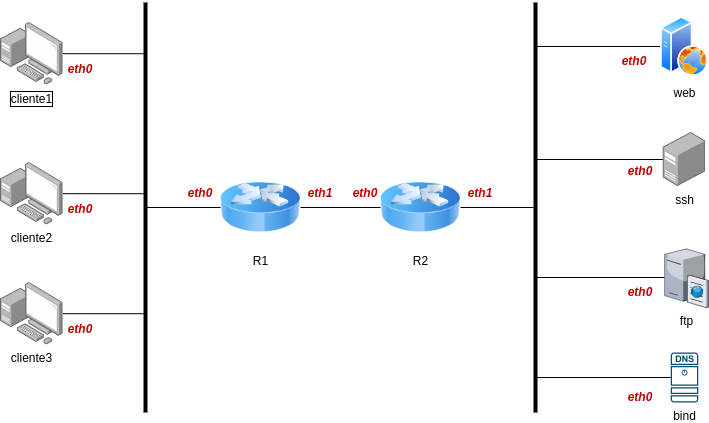
Earlier version of the draw.io export lab-inf534/diagrama.drawio.png (sidneypio/NetLabDocker). Source tidied: cells renumbered, new cells last; positions are measured from the earlier drawing's top-left corner, leaving out a move shared by most shapes.
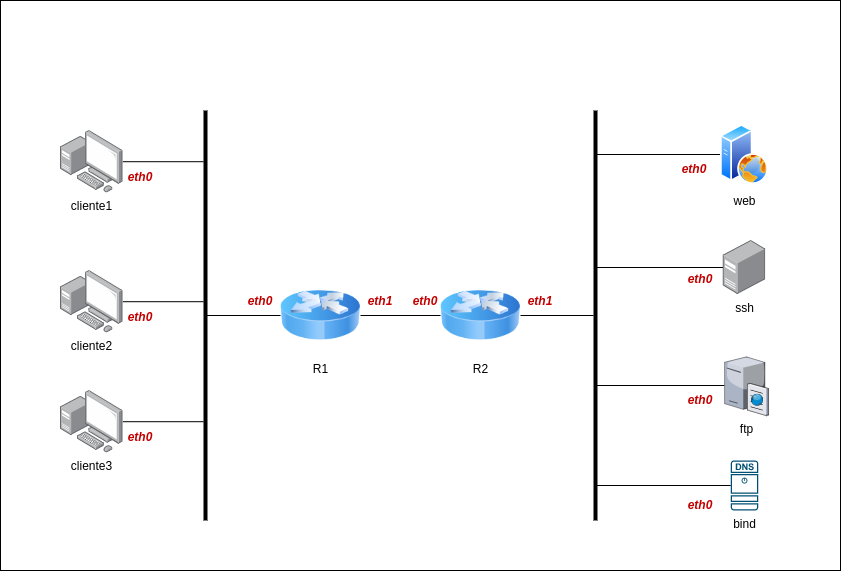
The same diagram one commit later.

Diff of the diagram source:
```diff
@@ -2,6 +2,9 @@
   <root>
     <mxCell id="0" />
     <mxCell id="1" parent="0" />
+    <mxCell id="34" style="whiteSpace=wrap;html=1;" parent="1" vertex="1">
+      <mxGeometry x="-60" y="-110" width="840" height="570" as="geometry" />
+    </mxCell>
     <mxCell id="2" value="R1" style="image;html=1;image=img/lib/clip_art/networking/Router_Icon_128x128.png;" parent="1" vertex="1">
       <mxGeometry x="220" y="165" width="80" height="80" as="geometry" />
     </mxCell>
@@ -23,7 +26,7 @@
     <mxCell id="8" style="rounded=0;jettySize=auto;html=1;endArrow=none;endFill=0;" parent="1" edge="1" source="9" target="7">
       <mxGeometry relative="1" as="geometry" />
     </mxCell>
-    <mxCell id="9" value="cliente1" style="image;points=[];html=1;align=center;shadow=0;dashed=0;image=img/lib/allied_telesis/computer_and_terminals/Personal_Computer_with_Server.svg;labelBorderColor=default;" parent="1" vertex="1">
+    <mxCell id="9" value="cliente1" style="image;points=[];html=1;align=center;shadow=0;dashed=0;image=img/lib/allied_telesis/computer_and_terminals/Personal_Computer_with_Server.svg;labelBorderColor=none;imageBorder=none;" parent="1" vertex="1">
       <mxGeometry y="20" width="62.4" height="62.4" as="geometry" />
     </mxCell>
     <mxCell id="10" style="rounded=0;jettySize=auto;html=1;endArrow=none;endFill=0;" parent="1" edge="1" source="11" target="7">
```
